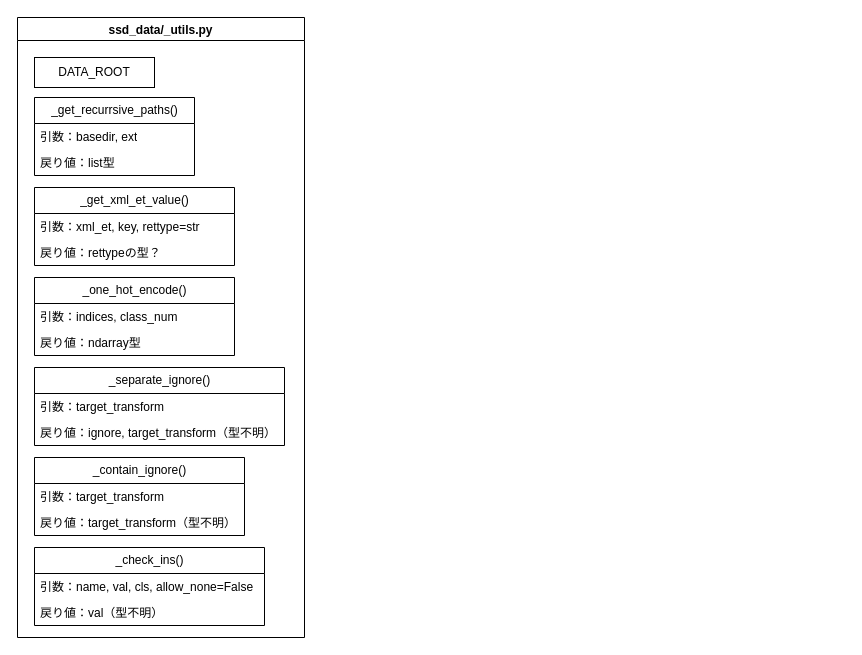
Above: pytorch_SSD.drawio in Kobamiyannnn/SSD_from_Scratch (draw.io), before the change. Source tidied: cells renumbered, new cells numbered last; positions are measured from the earlier drawing's top-left corner, leaving out a move shared by most shapes. Both pictures are drawn from the tidied source at 100%, with x=0, y=0 at pixel (17, 17).
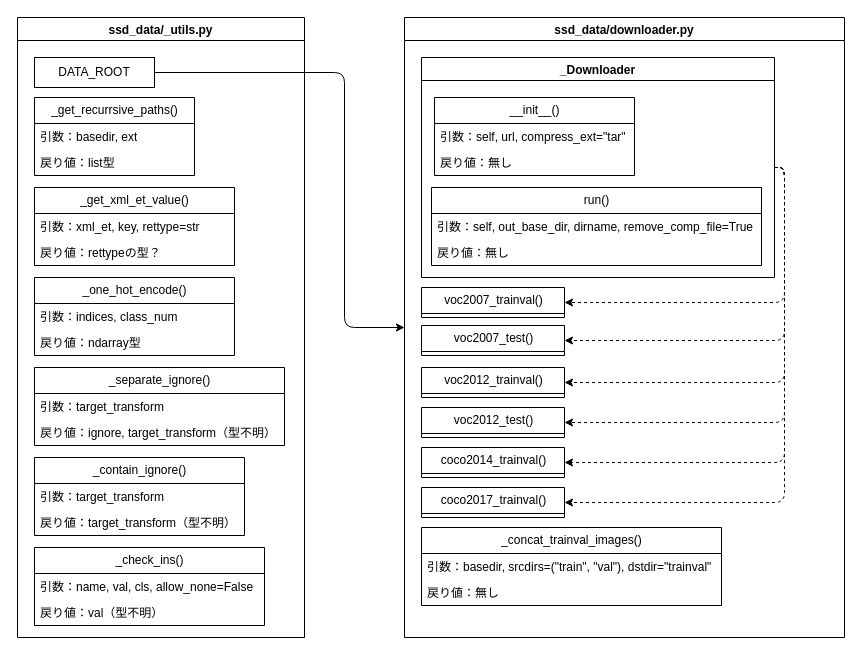
The same diagram, later.

Commit message:
ssd_data/downloader.pyの書き出し

The change refers to these unchanged cells:
```xml
<mxCell id="3" value="DATA_ROOT" style="rounded=0;whiteSpace=wrap;html=1;" parent="2" vertex="1">
  <mxGeometry x="17" y="40" width="120" height="30" as="geometry" />
</mxCell>
```

Diff of the diagram source:
```diff
@@
+    <mxCell id="22" value="ssd_data/downloader.py" style="swimlane;" parent="1" vertex="1">
+      <mxGeometry x="387" width="440" height="620" as="geometry" />
+    </mxCell>
+    <mxCell id="23" style="edgeStyle=orthogonalEdgeStyle;html=1;exitX=1;exitY=0.5;exitDx=0;exitDy=0;entryX=1;entryY=0.5;entryDx=0;entryDy=0;dashed=1;" parent="22" edge="1" source="26" target="41">
+      <mxGeometry relative="1" as="geometry" />
+    </mxCell>
+    <mxCell id="24" style="edgeStyle=orthogonalEdgeStyle;html=1;exitX=1;exitY=0.5;exitDx=0;exitDy=0;entryX=1;entryY=0.5;entryDx=0;entryDy=0;dashed=1;" parent="22" edge="1" source="26" target="36">
+      <mxGeometry relative="1" as="geometry" />
+    </mxCell>
+    <mxCell id="25" style="edgeStyle=orthogonalEdgeStyle;html=1;exitX=1;exitY=0.5;exitDx=0;exitDy=0;entryX=1;entryY=0.5;entryDx=0;entryDy=0;dashed=1;" parent="22" edge="1" source="26" target="37">
+      <mxGeometry relative="1" as="geometry" />
+    </mxCell>
+    <mxCell id="26" value="_Downloader" style="swimlane;" parent="22" vertex="1">
+      <mxGeometry x="17" y="40" width="353" height="220" as="geometry" />
+    </mxCell>
+    <mxCell id="27" value="__init__()" style="swimlane;fontStyle=0;horizontal=1;startSize=26;fillColor=none;html=1;" parent="26" vertex="1">
+      <mxGeometry x="13" y="40" width="200" height="78" as="geometry" />
+    </mxCell>
+    <mxCell id="28" value="引数：self, url, compress_ext=&quot;tar&quot;" style="text;strokeColor=none;fillColor=none;align=left;verticalAlign=top;spacingLeft=4;spacingRight=4;overflow=hidden;whiteSpace=wrap;html=1;" parent="27" vertex="1">
+      <mxGeometry y="26" width="200" height="26" as="geometry" />
+    </mxCell>
+    <mxCell id="29" value="戻り値：無し" style="text;strokeColor=none;fillColor=none;align=left;verticalAlign=top;spacingLeft=4;spacingRight=4;overflow=hidden;whiteSpace=wrap;html=1;" parent="27" vertex="1">
+      <mxGeometry y="52" width="200" height="26" as="geometry" />
+    </mxCell>
+    <mxCell id="30" value="run()" style="swimlane;fontStyle=0;horizontal=1;startSize=26;fillColor=none;html=1;" parent="26" vertex="1">
+      <mxGeometry x="10" y="130" width="330" height="78" as="geometry" />
+    </mxCell>
+    <mxCell id="31" value="引数：self, out_base_dir, dirname, remove_comp_file=True" style="text;strokeColor=none;fillColor=none;align=left;verticalAlign=top;spacingLeft=4;spacingRight=4;overflow=hidden;whiteSpace=wrap;html=1;" parent="30" vertex="1">
+      <mxGeometry y="26" width="330" height="26" as="geometry" />
+    </mxCell>
+    <mxCell id="32" value="戻り値：無し" style="text;strokeColor=none;fillColor=none;align=left;verticalAlign=top;spacingLeft=4;spacingRight=4;overflow=hidden;whiteSpace=wrap;html=1;" parent="30" vertex="1">
+      <mxGeometry y="52" width="330" height="26" as="geometry" />
+    </mxCell>
+    <mxCell id="33" value="voc2007_test()" style="swimlane;fontStyle=0;horizontal=1;startSize=26;fillColor=none;html=1;" parent="22" vertex="1" collapsed="1">
+      <mxGeometry x="17" y="308" width="143" height="30" as="geometry" />
+    </mxCell>
+    <mxCell id="34" value="voc2012_trainval()" style="swimlane;fontStyle=0;horizontal=1;startSize=26;fillColor=none;html=1;" parent="22" vertex="1" collapsed="1">
+      <mxGeometry x="17" y="350" width="143" height="30" as="geometry" />
+    </mxCell>
+    <mxCell id="35" value="voc2012_test()" style="swimlane;fontStyle=0;horizontal=1;startSize=26;fillColor=none;html=1;" parent="22" vertex="1" collapsed="1">
+      <mxGeometry x="17" y="390" width="143" height="30" as="geometry" />
+    </mxCell>
+    <mxCell id="36" value="coco2014_trainval()" style="swimlane;fontStyle=0;horizontal=1;startSize=26;fillColor=none;html=1;" parent="22" vertex="1" collapsed="1">
+      <mxGeometry x="17" y="430" width="143" height="30" as="geometry" />
+    </mxCell>
+    <mxCell id="37" value="coco2017_trainval()" style="swimlane;fontStyle=0;horizontal=1;startSize=26;fillColor=none;html=1;" parent="22" vertex="1" collapsed="1">
+      <mxGeometry x="17" y="470" width="143" height="30" as="geometry" />
+    </mxCell>
+    <mxCell id="38" value="_concat_trainval_images()" style="swimlane;fontStyle=0;horizontal=1;startSize=26;fillColor=none;html=1;" parent="22" vertex="1">
+      <mxGeometry x="17" y="510" width="300" height="78" as="geometry" />
+    </mxCell>
+    <mxCell id="39" value="引数：basedir, srcdirs=(&quot;train&quot;, &quot;val&quot;), dstdir=&quot;trainval&quot;" style="text;strokeColor=none;fillColor=none;align=left;verticalAlign=top;spacingLeft=4;spacingRight=4;overflow=hidden;whiteSpace=wrap;html=1;" parent="38" vertex="1">
+      <mxGeometry y="26" width="300" height="26" as="geometry" />
+    </mxCell>
+    <mxCell id="40" value="戻り値：無し" style="text;strokeColor=none;fillColor=none;align=left;verticalAlign=top;spacingLeft=4;spacingRight=4;overflow=hidden;whiteSpace=wrap;html=1;" parent="38" vertex="1">
+      <mxGeometry y="52" width="300" height="26" as="geometry" />
+    </mxCell>
+    <mxCell id="41" value="voc2007_trainval()" style="swimlane;fontStyle=0;horizontal=1;startSize=26;fillColor=none;html=1;" parent="22" vertex="1" collapsed="1">
+      <mxGeometry x="17" y="270" width="143" height="30" as="geometry" />
+    </mxCell>
+    <mxCell id="42" style="edgeStyle=orthogonalEdgeStyle;html=1;exitX=1;exitY=0.5;exitDx=0;exitDy=0;entryX=1;entryY=0.5;entryDx=0;entryDy=0;dashed=1;" parent="22" edge="1" source="26" target="33">
+      <mxGeometry relative="1" as="geometry" />
+    </mxCell>
+    <mxCell id="43" style="edgeStyle=orthogonalEdgeStyle;html=1;exitX=1;exitY=0.5;exitDx=0;exitDy=0;entryX=1;entryY=0.5;entryDx=0;entryDy=0;dashed=1;" parent="22" edge="1" source="26" target="34">
+      <mxGeometry relative="1" as="geometry" />
+    </mxCell>
+    <mxCell id="44" style="edgeStyle=orthogonalEdgeStyle;html=1;exitX=1;exitY=0.5;exitDx=0;exitDy=0;entryX=1;entryY=0.5;entryDx=0;entryDy=0;dashed=1;" parent="22" edge="1" source="26" target="35">
+      <mxGeometry relative="1" as="geometry" />
+    </mxCell>
+    <mxCell id="45" style="edgeStyle=orthogonalEdgeStyle;html=1;exitX=1;exitY=0.5;exitDx=0;exitDy=0;entryX=0;entryY=0.5;entryDx=0;entryDy=0;" parent="1" edge="1" source="3" target="22">
+      <mxGeometry relative="1" as="geometry">
+        <Array as="points">
+          <mxPoint x="327" y="55" />
+          <mxPoint x="327" y="310" />
+        </Array>
+      </mxGeometry>
+    </mxCell>
```
